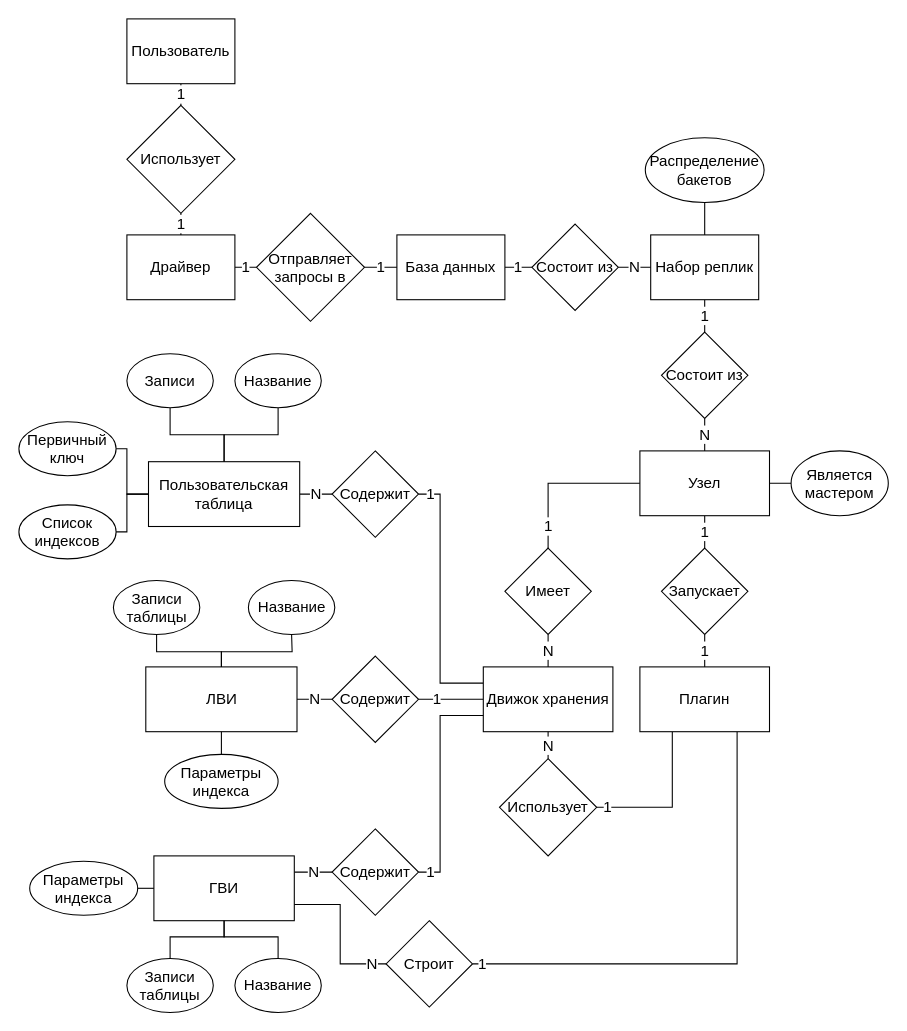
Earlier version of the draw.io diagram page "er" (1 of 17) of schemas.drawio (vitosotdihaet/pind). Source tidied: cells renumbered, new cells numbered last; positions are measured from the earlier drawing's top-left corner, leaving out a move shared by most shapes. Both pictures are drawn from the tidied source at 108%, with x=0, y=0 at pixel (18, 18).
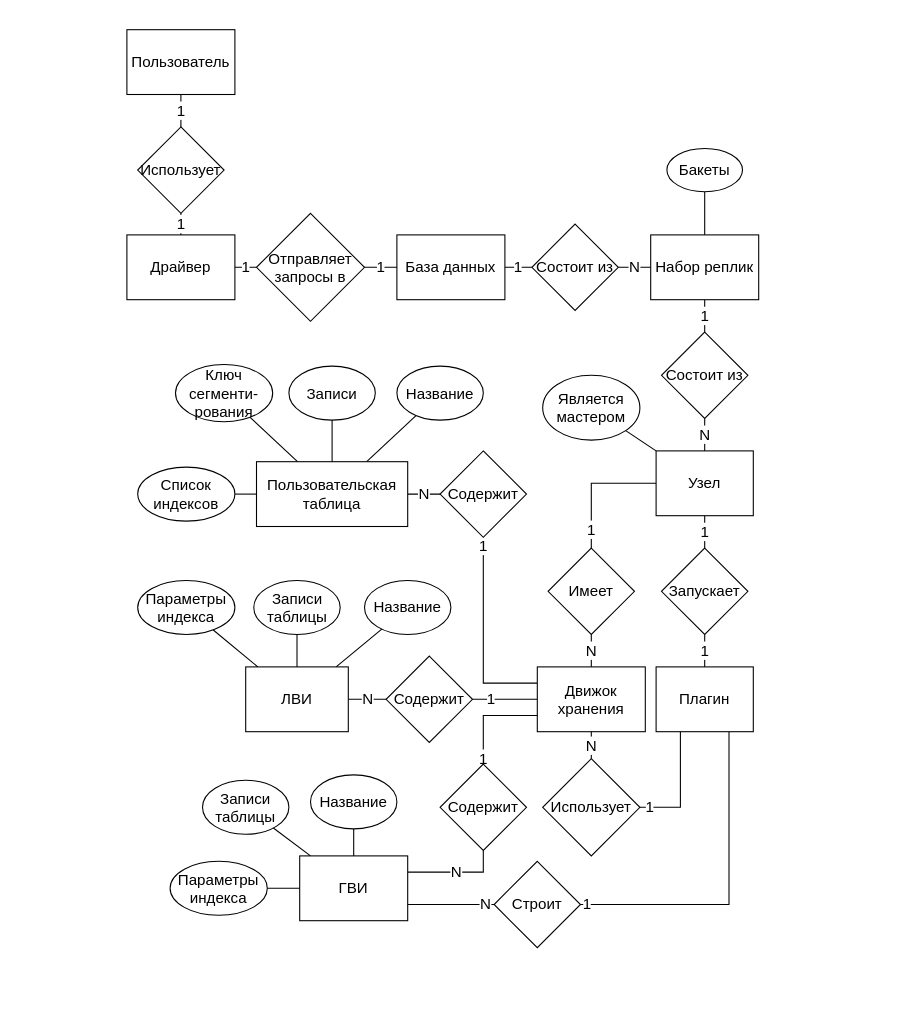
After the change.

What changed in the source:
```diff
@@
-    <mxCell id="12" style="edgeStyle=orthogonalEdgeStyle;rounded=0;jettySize=auto;html=1;endArrow=none;endFill=0;fontSize=14;" parent="1" edge="1" source="15" target="16">
+    <mxCell id="12" style="rounded=0;jettySize=auto;html=1;endArrow=none;endFill=0;fontSize=14;" parent="1" edge="1" source="15" target="16">
       <mxGeometry relative="1" as="geometry" />
     </mxCell>
@@
     <mxCell id="15" value="Узел" style="whiteSpace=wrap;html=1;rounded=0;fontSize=14;" parent="1" vertex="1">
-      <mxGeometry x="575" y="400" width="120" height="60" as="geometry" />
+      <mxGeometry x="590" y="400" width="90" height="60" as="geometry" />
     </mxCell>
     <mxCell id="16" value="&lt;div&gt;Является&lt;/div&gt;&lt;div&gt;мастером&lt;/div&gt;" style="ellipse;whiteSpace=wrap;html=1;rounded=0;fontSize=14;" parent="1" vertex="1">
-      <mxGeometry x="715" y="400" width="90" height="60" as="geometry" />
+      <mxGeometry x="485" y="330" width="90" height="60" as="geometry" />
     </mxCell>
@@
     <mxCell id="21" value="Плагин" style="whiteSpace=wrap;html=1;rounded=0;fontSize=14;" parent="1" vertex="1">
-      <mxGeometry x="575" y="600" width="120" height="60" as="geometry" />
+      <mxGeometry x="590" y="600" width="90" height="60" as="geometry" />
     </mxCell>
@@
     <mxCell id="23" value="Имеет" style="rhombus;whiteSpace=wrap;html=1;rounded=0;fontSize=14;" parent="1" vertex="1">
-      <mxGeometry x="450" y="490" width="80" height="80" as="geometry" />
+      <mxGeometry x="490" y="490" width="80" height="80" as="geometry" />
     </mxCell>
     <mxCell id="24" value="1" style="edgeStyle=orthogonalEdgeStyle;rounded=0;jettySize=auto;html=1;endArrow=none;endFill=0;fontSize=14;exitX=0;exitY=0.25;exitDx=0;exitDy=0;" parent="1" edge="1" source="27" target="31">
       <mxGeometry x="0.91" relative="1" as="geometry">
         <Array as="points">
-          <mxPoint x="390" y="615" />
-          <mxPoint x="390" y="440" />
+          <mxPoint x="430" y="615" />
         </Array>
       </mxGeometry>
     </mxCell>
@@
-    <mxCell id="26" value="&lt;font&gt;N&lt;/font&gt;" style="edgeStyle=orthogonalEdgeStyle;rounded=0;jettySize=auto;html=1;endArrow=none;endFill=0;fontSize=14;entryX=1;entryY=0.25;entryDx=0;entryDy=0;" parent="1" edge="1" source="69" target="35">
+    <mxCell id="26" value="&lt;font&gt;N&lt;/font&gt;" style="edgeStyle=orthogonalEdgeStyle;rounded=0;jettySize=auto;html=1;endArrow=none;endFill=0;fontSize=14;entryX=1;entryY=0.25;entryDx=0;entryDy=0;exitX=0.5;exitY=1;exitDx=0;exitDy=0;" parent="1" edge="1" source="69" target="35">
       <mxGeometry relative="1" as="geometry" />
     </mxCell>
     <mxCell id="27" value="Движок хранения" style="whiteSpace=wrap;html=1;rounded=0;fontSize=14;" parent="1" vertex="1">
-      <mxGeometry x="430" y="600" width="120" height="60" as="geometry" />
+      <mxGeometry x="480" y="600" width="100" height="60" as="geometry" />
     </mxCell>
@@
     <mxCell id="29" value="Использует" style="rhombus;whiteSpace=wrap;html=1;rounded=0;fontSize=14;" parent="1" vertex="1">
-      <mxGeometry x="445" y="685" width="90" height="90" as="geometry" />
+      <mxGeometry x="485" y="685" width="90" height="90" as="geometry" />
     </mxCell>
@@
     <mxCell id="31" value="Содержит" style="rhombus;whiteSpace=wrap;html=1;rounded=0;fontSize=14;" parent="1" vertex="1">
-      <mxGeometry x="290" y="400" width="80" height="80" as="geometry" />
+      <mxGeometry x="390" y="400" width="80" height="80" as="geometry" />
     </mxCell>
-    <mxCell id="32" style="edgeStyle=orthogonalEdgeStyle;rounded=0;jettySize=auto;html=1;endArrow=none;endFill=0;fontSize=14;" parent="1" edge="1" source="34" target="38">
+    <mxCell id="32" style="rounded=0;jettySize=auto;html=1;endArrow=none;endFill=0;fontSize=14;" parent="1" edge="1" source="34" target="38">
       <mxGeometry relative="1" as="geometry" />
     </mxCell>
-    <mxCell id="33" style="edgeStyle=orthogonalEdgeStyle;rounded=0;jettySize=auto;html=1;endArrow=none;endFill=0;fontSize=14;entryX=0.5;entryY=1;entryDx=0;entryDy=0;" parent="1" edge="1" source="34" target="48">
+    <mxCell id="33" style="rounded=0;jettySize=auto;html=1;endArrow=none;endFill=0;fontSize=14;" parent="1" edge="1" source="34" target="48">
       <mxGeometry relative="1" as="geometry" />
     </mxCell>
     <mxCell id="34" value="Пользовательская таблица" style="whiteSpace=wrap;html=1;rounded=0;fontSize=14;" parent="1" vertex="1">
-      <mxGeometry x="120" y="410" width="140" height="60" as="geometry" />
+      <mxGeometry x="220" y="410" width="140" height="60" as="geometry" />
     </mxCell>
     <mxCell id="35" value="&lt;div&gt;&lt;span style=&quot;background-color: transparent; color: light-dark(rgb(0, 0, 0), rgb(255, 255, 255));&quot;&gt;ГВИ&lt;/span&gt;&lt;/div&gt;" style="whiteSpace=wrap;html=1;rounded=0;fontSize=14;" parent="1" vertex="1">
-      <mxGeometry x="125" y="775" width="130" height="60" as="geometry" />
+      <mxGeometry x="260" y="775" width="100" height="60" as="geometry" />
     </mxCell>
@@
     <mxCell id="37" value="Строит" style="rhombus;whiteSpace=wrap;html=1;rounded=0;fontSize=14;" parent="1" vertex="1">
-      <mxGeometry x="340" y="835" width="80" height="80" as="geometry" />
+      <mxGeometry x="440" y="780" width="80" height="80" as="geometry" />
     </mxCell>
-    <mxCell id="38" value="Первичный ключ" style="ellipse;whiteSpace=wrap;html=1;rounded=0;fontSize=14;" parent="1" vertex="1">
-      <mxGeometry y="373" width="90" height="50" as="geometry" />
+    <mxCell id="38" value="Ключ сегменти-рования" style="ellipse;whiteSpace=wrap;html=1;rounded=0;fontSize=14;" parent="1" vertex="1">
+      <mxGeometry x="145" y="320" width="90" height="53" as="geometry" />
     </mxCell>
-    <mxCell id="39" value="Распределение бакетов" style="ellipse;whiteSpace=wrap;html=1;rounded=0;fontSize=14;" parent="1" vertex="1">
-      <mxGeometry x="580" y="110" width="110" height="60" as="geometry" />
+    <mxCell id="39" value="Бакеты" style="ellipse;whiteSpace=wrap;html=1;rounded=0;fontSize=14;" parent="1" vertex="1">
+      <mxGeometry x="600" y="120" width="70" height="40" as="geometry" />
     </mxCell>
@@
     <mxCell id="45" value="Пользователь" style="whiteSpace=wrap;html=1;fontSize=14;" parent="1" vertex="1">
-      <mxGeometry x="100" width="100" height="60" as="geometry" />
+      <mxGeometry x="100" y="10" width="100" height="60" as="geometry" />
     </mxCell>
@@
     <mxCell id="47" value="Использует" style="rhombus;whiteSpace=wrap;html=1;fontSize=14;" parent="1" vertex="1">
-      <mxGeometry x="100" y="80" width="100" height="100" as="geometry" />
+      <mxGeometry x="110" y="100" width="80" height="80" as="geometry" />
     </mxCell>
     <mxCell id="48" value="Название" style="ellipse;whiteSpace=wrap;html=1;rounded=0;fontSize=14;" parent="1" vertex="1">
-      <mxGeometry x="200" y="310" width="80" height="50" as="geometry" />
+      <mxGeometry x="350" y="321.5" width="80" height="50" as="geometry" />
     </mxCell>
     <mxCell id="49" value="Список индексов" style="ellipse;whiteSpace=wrap;html=1;fontSize=14;" parent="1" vertex="1">
-      <mxGeometry y="450" width="90" height="50" as="geometry" />
+      <mxGeometry x="110" y="415" width="90" height="50" as="geometry" />
     </mxCell>
-    <mxCell id="50" style="edgeStyle=orthogonalEdgeStyle;rounded=0;jettySize=auto;html=1;endArrow=none;endFill=0;fontSize=14;entryX=1;entryY=0.5;entryDx=0;entryDy=0;" parent="1" edge="1" source="34" target="49">
-      <mxGeometry relative="1" as="geometry">
-        <Array as="points">
-          <mxPoint x="100" y="440" />
-          <mxPoint x="100" y="475" />
-        </Array>
-      </mxGeometry>
+    <mxCell id="50" style="rounded=0;jettySize=auto;html=1;endArrow=none;endFill=0;fontSize=14;entryX=1;entryY=0.5;entryDx=0;entryDy=0;" parent="1" edge="1" source="34" target="49">
+      <mxGeometry relative="1" as="geometry" />
     </mxCell>
-    <mxCell id="51" style="edgeStyle=orthogonalEdgeStyle;rounded=0;jettySize=auto;html=1;endArrow=none;endFill=0;fontSize=14;" parent="1" edge="1" source="34" target="52">
+    <mxCell id="51" style="rounded=0;jettySize=auto;html=1;endArrow=none;endFill=0;fontSize=14;" parent="1" edge="1" source="34" target="52">
       <mxGeometry relative="1" as="geometry" />
     </mxCell>
     <mxCell id="52" value="Записи" style="ellipse;whiteSpace=wrap;html=1;rounded=0;fontSize=14;" parent="1" vertex="1">
-      <mxGeometry x="100" y="310" width="80" height="50" as="geometry" />
+      <mxGeometry x="250" y="321.5" width="80" height="50" as="geometry" />
     </mxCell>
@@
     <mxCell id="54" value="Содержит" style="rhombus;whiteSpace=wrap;html=1;rounded=0;fontSize=14;" parent="1" vertex="1">
-      <mxGeometry x="290" y="590" width="80" height="80" as="geometry" />
+      <mxGeometry x="340" y="590" width="80" height="80" as="geometry" />
     </mxCell>
-    <mxCell id="55" style="edgeStyle=orthogonalEdgeStyle;rounded=0;jettySize=auto;html=1;endArrow=none;endFill=0;fontSize=14;" parent="1" edge="1" source="56" target="57">
-      <mxGeometry relative="1" as="geometry">
-        <Array as="points">
-          <mxPoint x="188" y="586" />
-          <mxPoint x="253" y="586" />
-        </Array>
-      </mxGeometry>
+    <mxCell id="55" style="rounded=0;jettySize=auto;html=1;endArrow=none;endFill=0;fontSize=14;" parent="1" edge="1" source="56" target="57">
+      <mxGeometry relative="1" as="geometry" />
     </mxCell>
     <mxCell id="56" value="ЛВИ" style="whiteSpace=wrap;html=1;rounded=0;fontSize=14;" parent="1" vertex="1">
-      <mxGeometry x="117.5" y="600" width="140" height="60" as="geometry" />
+      <mxGeometry x="210" y="600" width="95" height="60" as="geometry" />
     </mxCell>
     <mxCell id="57" value="Название" style="ellipse;whiteSpace=wrap;html=1;rounded=0;fontSize=14;" parent="1" vertex="1">
-      <mxGeometry x="212.5" y="520" width="80" height="50" as="geometry" />
+      <mxGeometry x="320" y="520" width="80" height="50" as="geometry" />
     </mxCell>
     <mxCell id="58" value="Параметры индекса" style="ellipse;whiteSpace=wrap;html=1;rounded=0;fontSize=14;" parent="1" vertex="1">
-      <mxGeometry x="135" y="681" width="105" height="50" as="geometry" />
+      <mxGeometry x="110" y="520" width="90" height="50" as="geometry" />
     </mxCell>
-    <mxCell id="59" style="edgeStyle=orthogonalEdgeStyle;rounded=0;jettySize=auto;html=1;endArrow=none;endFill=0;fontSize=14;" parent="1" edge="1" source="56" target="58">
+    <mxCell id="59" style="rounded=0;jettySize=auto;html=1;endArrow=none;endFill=0;fontSize=14;" parent="1" edge="1" source="56" target="58">
       <mxGeometry relative="1" as="geometry" />
     </mxCell>
-    <mxCell id="60" style="rounded=0;jettySize=auto;html=1;endArrow=none;endFill=0;fontSize=14;entryX=0.5;entryY=0;entryDx=0;entryDy=0;edgeStyle=orthogonalEdgeStyle;" parent="1" edge="1" source="61" target="56">
-      <mxGeometry relative="1" as="geometry">
-        <Array as="points">
-          <mxPoint x="128" y="586" />
-          <mxPoint x="188" y="586" />
-        </Array>
-      </mxGeometry>
+    <mxCell id="60" style="rounded=0;jettySize=auto;html=1;endArrow=none;endFill=0;fontSize=14;" parent="1" edge="1" source="61" target="56">
+      <mxGeometry relative="1" as="geometry" />
     </mxCell>
     <mxCell id="61" value="Записи таблицы" style="ellipse;whiteSpace=wrap;html=1;rounded=0;fontSize=14;" parent="1" vertex="1">
-      <mxGeometry x="87.5" y="520" width="80" height="50" as="geometry" />
+      <mxGeometry x="217.5" y="520" width="80" height="50" as="geometry" />
     </mxCell>
-    <mxCell id="62" style="rounded=0;jettySize=auto;html=1;endArrow=none;endFill=0;fontSize=14;edgeStyle=orthogonalEdgeStyle;" parent="1" edge="1" source="35" target="63">
-      <mxGeometry relative="1" as="geometry">
-        <Array as="points">
-          <mxPoint x="190" y="850" />
-          <mxPoint x="240" y="850" />
-        </Array>
-      </mxGeometry>
+    <mxCell id="62" style="rounded=0;jettySize=auto;html=1;endArrow=none;endFill=0;fontSize=14;" parent="1" edge="1" source="35" target="63">
+      <mxGeometry relative="1" as="geometry" />
     </mxCell>
     <mxCell id="63" value="Название" style="ellipse;whiteSpace=wrap;html=1;rounded=0;fontSize=14;" parent="1" vertex="1">
-      <mxGeometry x="200" y="870" width="80" height="50" as="geometry" />
+      <mxGeometry x="270" y="700" width="80" height="50" as="geometry" />
     </mxCell>
-    <mxCell id="64" style="rounded=0;jettySize=auto;html=1;endArrow=none;endFill=0;fontSize=14;edgeStyle=orthogonalEdgeStyle;" parent="1" edge="1" source="65" target="35">
-      <mxGeometry relative="1" as="geometry">
-        <Array as="points">
-          <mxPoint x="140" y="850" />
-          <mxPoint x="190" y="850" />
-        </Array>
-      </mxGeometry>
+    <mxCell id="64" style="rounded=0;jettySize=auto;html=1;endArrow=none;endFill=0;fontSize=14;" parent="1" edge="1" source="65" target="35">
+      <mxGeometry relative="1" as="geometry" />
     </mxCell>
     <mxCell id="65" value="Записи таблицы" style="ellipse;whiteSpace=wrap;html=1;rounded=0;fontSize=14;" parent="1" vertex="1">
-      <mxGeometry x="100" y="870" width="80" height="50" as="geometry" />
+      <mxGeometry x="170" y="705" width="80" height="50" as="geometry" />
     </mxCell>
     <mxCell id="66" value="Параметры индекса" style="ellipse;whiteSpace=wrap;html=1;rounded=0;fontSize=14;" parent="1" vertex="1">
-      <mxGeometry x="10" y="780" width="100" height="50" as="geometry" />
+      <mxGeometry x="140" y="780" width="90" height="50" as="geometry" />
     </mxCell>
@@
-    <mxCell id="68" value="&lt;font&gt;1&lt;/font&gt;" style="edgeStyle=orthogonalEdgeStyle;rounded=0;jettySize=auto;html=1;exitX=0;exitY=0.75;exitDx=0;exitDy=0;endArrow=none;endFill=0;fontSize=14;entryX=1;entryY=0.5;entryDx=0;entryDy=0;" parent="1" edge="1" source="27" target="69">
+    <mxCell id="68" value="&lt;font&gt;1&lt;/font&gt;" style="edgeStyle=orthogonalEdgeStyle;rounded=0;jettySize=auto;html=1;exitX=0;exitY=0.75;exitDx=0;exitDy=0;endArrow=none;endFill=0;fontSize=14;" parent="1" edge="1" source="27" target="69">
       <mxGeometry x="0.89" relative="1" as="geometry">
         <Array as="points">
-          <mxPoint x="390" y="645" />
-          <mxPoint x="390" y="790" />
+          <mxPoint x="430" y="645" />
         </Array>
       </mxGeometry>
     </mxCell>
     <mxCell id="69" value="&lt;font&gt;Содержит&lt;/font&gt;" style="rhombus;whiteSpace=wrap;html=1;fontSize=14;" parent="1" vertex="1">
-      <mxGeometry x="290" y="750" width="80" height="80" as="geometry" />
+      <mxGeometry x="390" y="690" width="80" height="80" as="geometry" />
     </mxCell>
```
